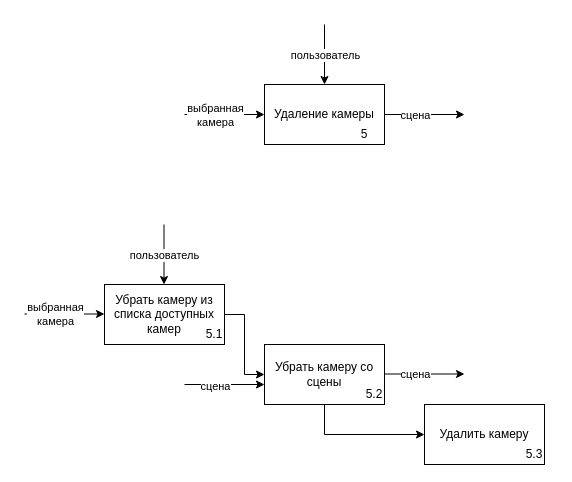
c0sx/3d-model-viewer-design keeps this draw.io diagram as page "5. Удаление камеры" (6 of 9) of idef0/idef0.drawio. Above is the earlier version. Source tidied: cells renumbered, new cells numbered last; positions are measured from the earlier drawing's top-left corner, leaving out a move shared by most shapes. Both pictures are drawn from the tidied source at 100%, with x=0, y=0 at pixel (24, 24).
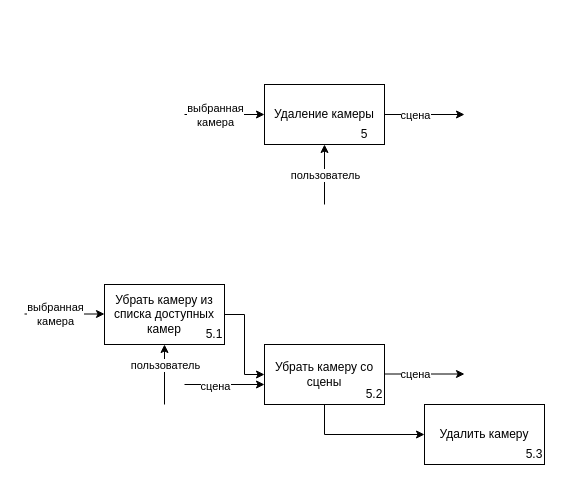
The same diagram, later.

The change refers to these unchanged cells:
```xml
<mxCell id="2" value="Удаление камеры" style="rounded=0;whiteSpace=wrap;html=1;" parent="1" vertex="1">
  <mxGeometry x="240" y="60" width="120" height="60" as="geometry" />
</mxCell>
<mxCell id="15" value="Убрать камеру из списка доступных камер" style="rounded=0;whiteSpace=wrap;html=1;" parent="1" vertex="1">
  <mxGeometry x="80" y="260" width="120" height="60" as="geometry" />
</mxCell>
```

Change to the diagram source:
```diff
@@
-    <mxCell id="3" style="endArrow=classic;html=1;strokeColor=#000000;entryX=0.5;entryY=0;entryDx=0;entryDy=0;" parent="1" edge="1" target="2">
+    <mxCell id="3" style="endArrow=classic;html=1;strokeColor=#000000;" parent="1" edge="1">
       <mxGeometry relative="1" as="geometry">
-        <mxPoint x="300" as="sourcePoint" />
+        <mxPoint x="300" y="180" as="sourcePoint" />
+        <mxPoint x="300" y="120" as="targetPoint" />
       </mxGeometry>
     </mxCell>
     <mxCell id="4" value="пользователь" style="edgeLabel;html=1;align=center;verticalAlign=middle;" parent="3" vertex="1">
       <mxGeometry x="0.33" y="1" relative="1" as="geometry">
-        <mxPoint x="-1" y="-10" as="offset" />
+        <mxPoint x="1" y="10" as="offset" />
       </mxGeometry>
     </mxCell>
@@
-    <mxCell id="12" style="endArrow=classic;html=1;strokeColor=#000000;entryX=0.5;entryY=0;entryDx=0;entryDy=0;" parent="1" edge="1">
+    <mxCell id="12" style="endArrow=classic;html=1;strokeColor=#000000;entryX=0.5;entryY=1;entryDx=0;entryDy=0;" parent="1" edge="1" target="15">
       <mxGeometry relative="1" as="geometry">
-        <mxPoint x="139.5" y="200" as="sourcePoint" />
-        <mxPoint x="139.5" y="260" as="targetPoint" />
+        <mxPoint x="140" y="380" as="sourcePoint" />
       </mxGeometry>
     </mxCell>
     <mxCell id="13" value="пользователь" style="edgeLabel;html=1;align=center;verticalAlign=middle;" parent="12" vertex="1">
       <mxGeometry x="0.33" y="1" relative="1" as="geometry">
-        <mxPoint x="-1" y="-10" as="offset" />
+        <mxPoint x="1" as="offset" />
       </mxGeometry>
     </mxCell>
```
